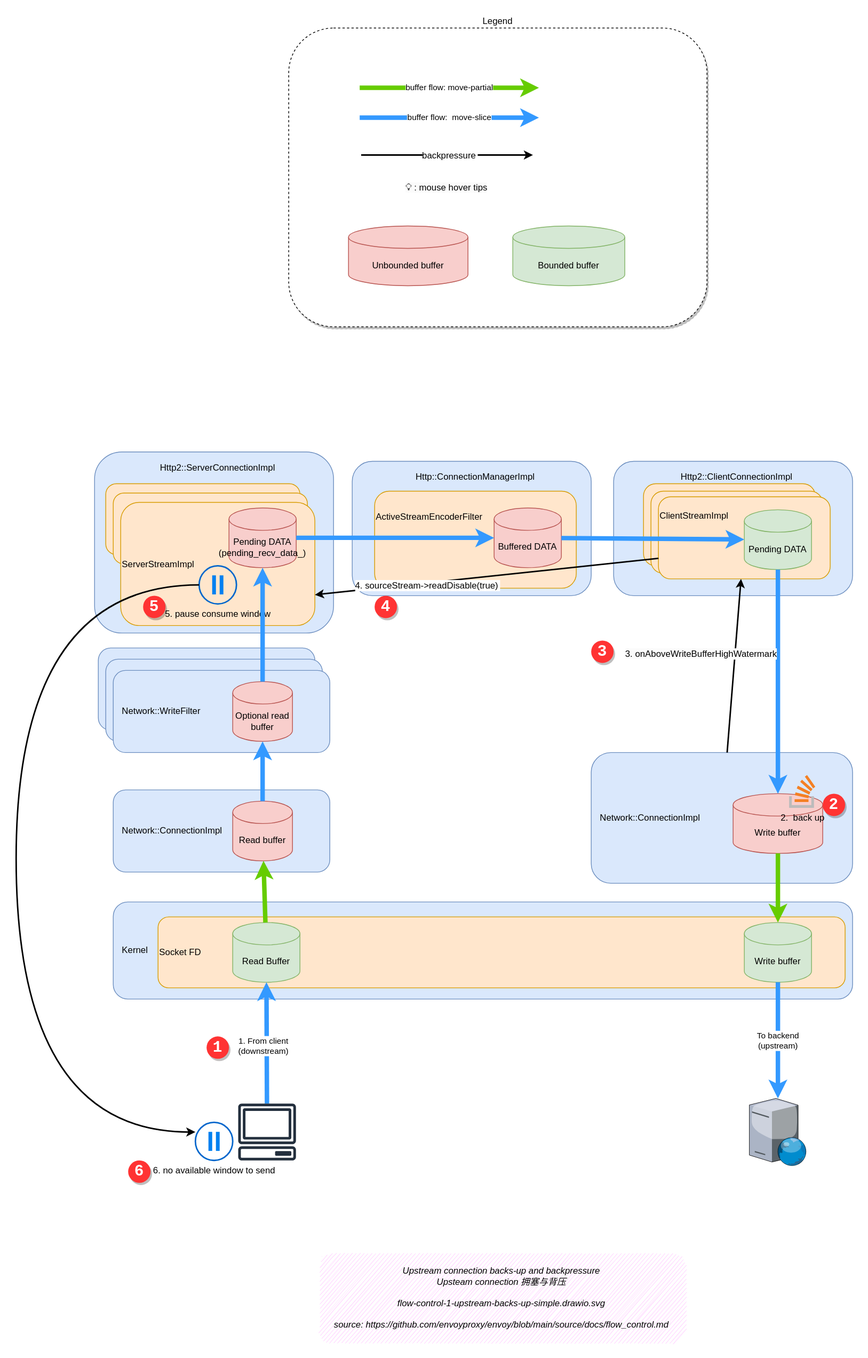
Above: docs/source/ch2-envoy/arch/flow-control/flow-control-1-upstream-backs-up-simple.drawio.svg in labilezhu/istio-insider (draw.io), before the change. Source tidied: cells renumbered, new cells last; positions are measured from the earlier drawing's top-left corner, leaving out a move shared by most shapes.
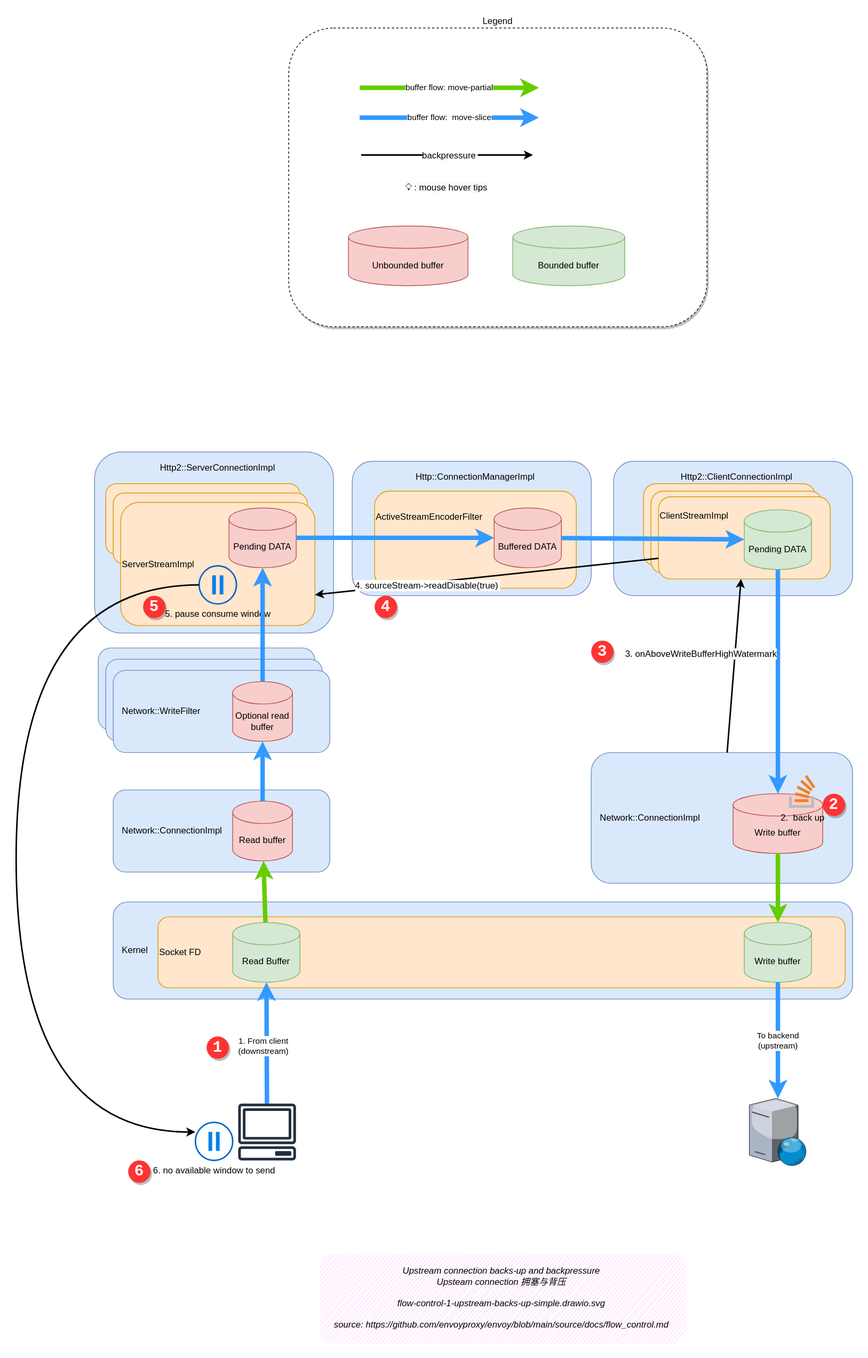
Later version of the same file.

The edit, as a diff of the source:
```diff
@@ -123,7 +123,7 @@
     <mxCell id="38" value="ServerStreamImpl" style="rounded=1;whiteSpace=wrap;html=1;align=left;fillColor=#ffe6cc;strokeColor=#d79b00;" parent="1" vertex="1">
       <mxGeometry x="140" y="635" width="260" height="165" as="geometry" />
     </mxCell>
-    <mxCell id="39" value="Pending DATA&lt;br&gt;(pending_recv_data_)" style="shape=cylinder3;whiteSpace=wrap;html=1;boundedLbl=1;backgroundOutline=1;size=15;fillColor=#f8cecc;strokeColor=#b85450;" parent="1" vertex="1">
+    <mxCell id="39" value="Pending DATA" style="shape=cylinder3;whiteSpace=wrap;html=1;boundedLbl=1;backgroundOutline=1;size=15;fillColor=#f8cecc;strokeColor=#b85450;" parent="1" vertex="1">
       <mxGeometry x="285" y="642.5" width="90" height="80" as="geometry" />
     </mxCell>
     <mxCell id="40" style="rounded=1;whiteSpace=wrap;html=1;align=left;fillColor=#ffe6cc;strokeColor=#d79b00;" parent="1" vertex="1">
```
